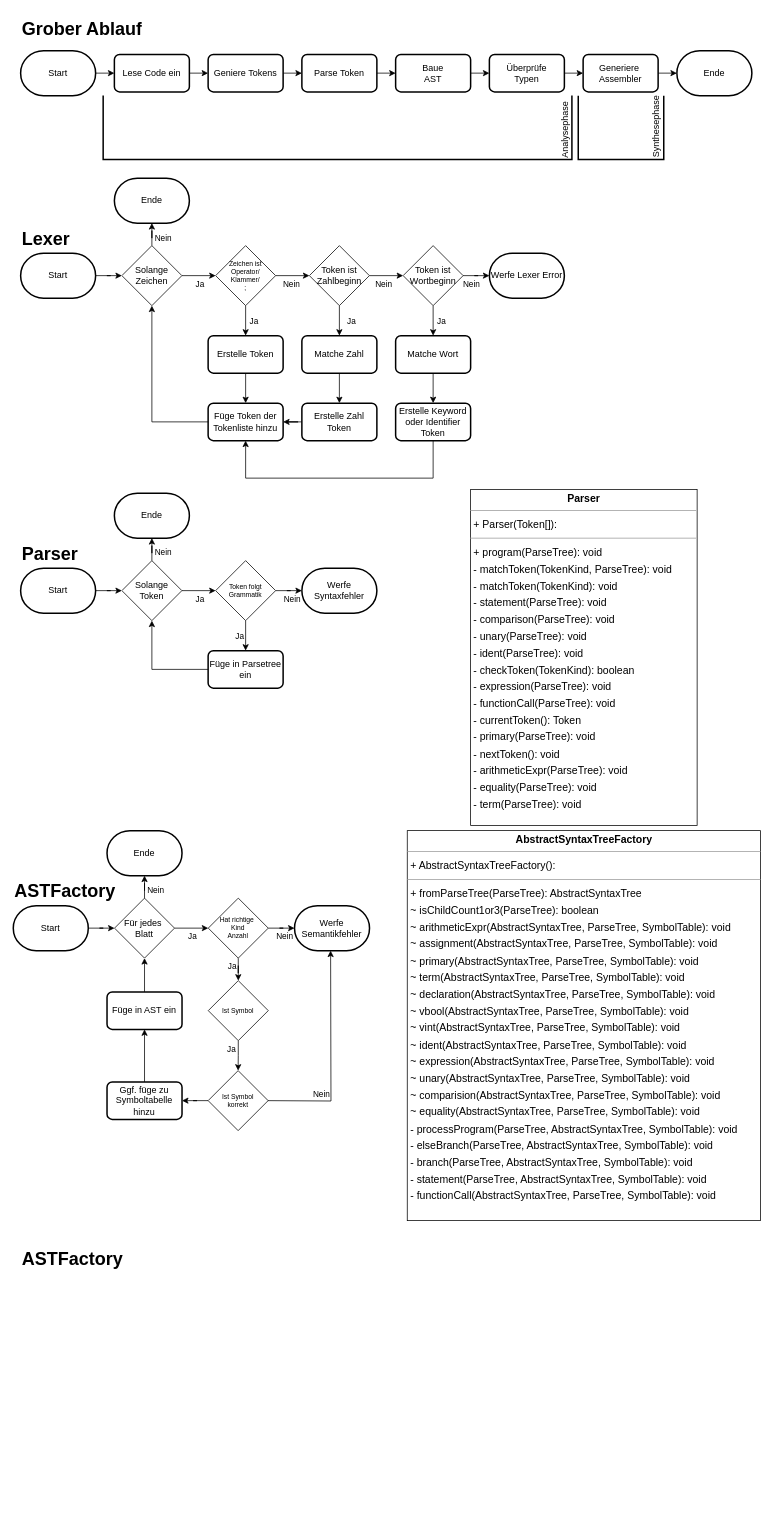
Earlier version of the draw.io diagram Compilerbau.drawio (fbuedding/faul-compiler). Source tidied: cells renumbered, new cells numbered last; positions are measured from the earlier drawing's top-left corner, leaving out a move shared by most shapes. Both pictures are drawn from the tidied source at 75%, with x=0, y=0 at pixel (13, -107).
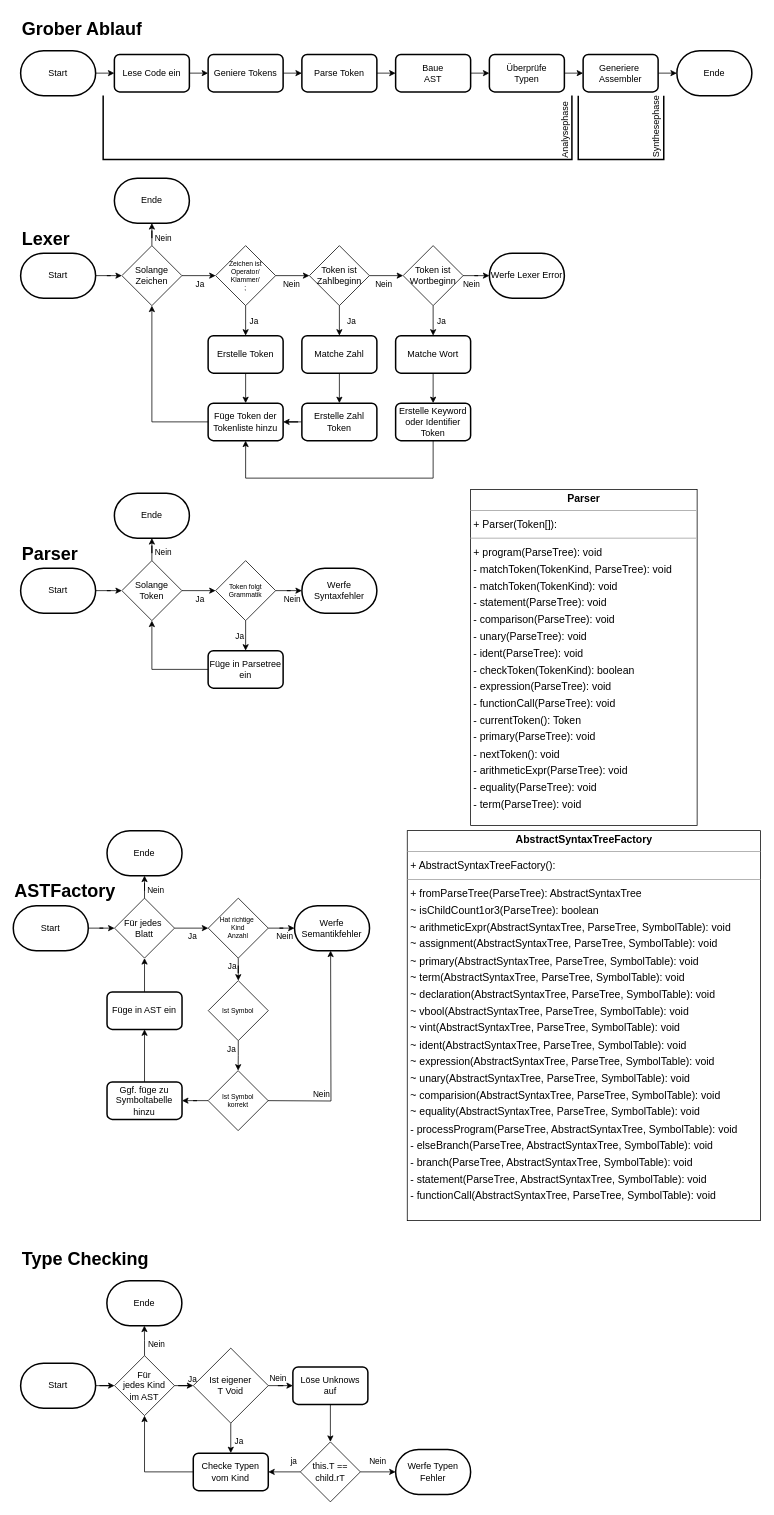
Above is the later version.

The edit, as a diff of the source:
```diff
@@
-    <mxCell id="99" value="&lt;h1 style=&quot;margin-top: 0px;&quot;&gt;ASTFactory&lt;/h1&gt;" style="text;html=1;whiteSpace=wrap;overflow=hidden;rounded=0;" parent="1" vertex="1">
-      <mxGeometry x="10" y="1800" width="139.8" height="40" as="geometry" />
+    <mxCell id="99" value="&lt;h1 style=&quot;margin-top: 0px;&quot;&gt;Type Checking&lt;/h1&gt;" style="text;html=1;whiteSpace=wrap;overflow=hidden;rounded=0;" parent="1" vertex="1">
+      <mxGeometry x="10" y="1800" width="180" height="40" as="geometry" />
     </mxCell>
+    <mxCell id="100" style="edgeStyle=orthogonalEdgeStyle;rounded=0;jettySize=auto;html=1;" parent="1" edge="1" source="101" target="104">
+      <mxGeometry relative="1" as="geometry" />
+    </mxCell>
+    <mxCell id="101" value="Start" style="strokeWidth=2;html=1;shape=mxgraph.flowchart.terminator;whiteSpace=wrap;" parent="1" vertex="1">
+      <mxGeometry x="10" y="1960" width="100" height="60" as="geometry" />
+    </mxCell>
+    <mxCell id="102" style="edgeStyle=orthogonalEdgeStyle;rounded=0;jettySize=auto;html=1;" parent="1" edge="1" source="104" target="121">
+      <mxGeometry relative="1" as="geometry" />
+    </mxCell>
+    <mxCell id="103" value="Nein" style="edgeLabel;html=1;align=center;verticalAlign=middle;labelBackgroundColor=none;" parent="102" vertex="1">
+      <mxGeometry x="-0.18" y="1" relative="1" as="geometry">
+        <mxPoint x="16" as="offset" />
+      </mxGeometry>
+    </mxCell>
+    <mxCell id="104" value="Für&lt;div&gt;jedes Kind&lt;div&gt;im AST&lt;/div&gt;&lt;/div&gt;" style="rhombus;whiteSpace=wrap;html=1;" parent="1" vertex="1">
+      <mxGeometry x="135.2" y="1950" width="80" height="80" as="geometry" />
+    </mxCell>
+    <mxCell id="105" style="edgeStyle=orthogonalEdgeStyle;rounded=0;jettySize=auto;html=1;labelBackgroundColor=none;" parent="1" edge="1" source="104" target="110">
+      <mxGeometry relative="1" as="geometry" />
+    </mxCell>
+    <mxCell id="106" value="Ja" style="edgeLabel;html=1;align=center;verticalAlign=middle;labelBackgroundColor=none;" parent="105" vertex="1">
+      <mxGeometry x="-0.35" y="-2" relative="1" as="geometry">
+        <mxPoint x="5" y="-12" as="offset" />
+      </mxGeometry>
+    </mxCell>
+    <mxCell id="107" style="edgeStyle=orthogonalEdgeStyle;rounded=0;jettySize=auto;html=1;" parent="1" edge="1" source="110" target="112">
+      <mxGeometry relative="1" as="geometry" />
+    </mxCell>
+    <mxCell id="108" value="Ja" style="edgeLabel;html=1;align=center;verticalAlign=middle;labelBackgroundColor=none;" parent="107" vertex="1">
+      <mxGeometry x="-0.29" y="-1" relative="1" as="geometry">
+        <mxPoint x="11" y="9" as="offset" />
+      </mxGeometry>
+    </mxCell>
+    <mxCell id="109" value="Nein" style="edgeStyle=orthogonalEdgeStyle;rounded=0;jettySize=auto;html=1;labelBackgroundColor=none;" parent="1" edge="1" source="110" target="114">
+      <mxGeometry x="0.16" y="10" relative="1" as="geometry" />
+    </mxCell>
+    <mxCell id="110" value="Ist eigener&lt;div&gt;&lt;span style=&quot;background-color: initial;&quot;&gt;T Void&lt;/span&gt;&lt;/div&gt;" style="rhombus;whiteSpace=wrap;html=1;" parent="1" vertex="1">
+      <mxGeometry x="240.2" y="1940" width="100" height="100" as="geometry" />
+    </mxCell>
+    <mxCell id="111" style="edgeStyle=orthogonalEdgeStyle;rounded=0;jettySize=auto;html=1;" parent="1" edge="1" source="112" target="104">
+      <mxGeometry relative="1" as="geometry" />
+    </mxCell>
+    <mxCell id="112" value="Checke Typen vom Kind" style="rounded=1;whiteSpace=wrap;html=1;absoluteArcSize=1;arcSize=14;strokeWidth=2;" parent="1" vertex="1">
+      <mxGeometry x="240.2" y="2080" width="100" height="50" as="geometry" />
+    </mxCell>
+    <mxCell id="113" style="edgeStyle=orthogonalEdgeStyle;rounded=0;jettySize=auto;html=1;" parent="1" edge="1" source="114" target="119">
+      <mxGeometry relative="1" as="geometry" />
+    </mxCell>
+    <mxCell id="114" value="Löse Unknows auf" style="rounded=1;whiteSpace=wrap;html=1;absoluteArcSize=1;arcSize=14;strokeWidth=2;" parent="1" vertex="1">
+      <mxGeometry x="373" y="1965" width="100" height="50" as="geometry" />
+    </mxCell>
+    <mxCell id="115" style="edgeStyle=orthogonalEdgeStyle;rounded=0;jettySize=auto;html=1;" parent="1" edge="1" source="119" target="112">
+      <mxGeometry relative="1" as="geometry" />
+    </mxCell>
+    <mxCell id="116" value="ja" style="edgeLabel;html=1;align=center;verticalAlign=middle;labelBackgroundColor=none;" parent="115" vertex="1">
+      <mxGeometry x="-0.4" y="1" relative="1" as="geometry">
+        <mxPoint x="3" y="-16" as="offset" />
+      </mxGeometry>
+    </mxCell>
+    <mxCell id="117" style="edgeStyle=orthogonalEdgeStyle;rounded=0;jettySize=auto;html=1;" parent="1" edge="1" source="119" target="120">
+      <mxGeometry relative="1" as="geometry" />
+    </mxCell>
+    <mxCell id="118" value="Nein" style="edgeLabel;html=1;align=center;verticalAlign=middle;labelBackgroundColor=none;" parent="117" vertex="1">
+      <mxGeometry x="-0.03" y="3" relative="1" as="geometry">
+        <mxPoint x="-1" y="-12" as="offset" />
+      </mxGeometry>
+    </mxCell>
+    <mxCell id="119" value="this.T ==&lt;div&gt;child.rT&lt;/div&gt;" style="rhombus;whiteSpace=wrap;html=1;" parent="1" vertex="1">
+      <mxGeometry x="383" y="2065" width="80" height="80" as="geometry" />
+    </mxCell>
+    <mxCell id="120" value="Werfe Typen Fehler" style="strokeWidth=2;html=1;shape=mxgraph.flowchart.terminator;whiteSpace=wrap;" parent="1" vertex="1">
+      <mxGeometry x="510" y="2075" width="100" height="60" as="geometry" />
+    </mxCell>
+    <mxCell id="121" value="Ende" style="strokeWidth=2;html=1;shape=mxgraph.flowchart.terminator;whiteSpace=wrap;" parent="1" vertex="1">
+      <mxGeometry x="125" y="1850" width="100" height="60" as="geometry" />
+    </mxCell>
```
